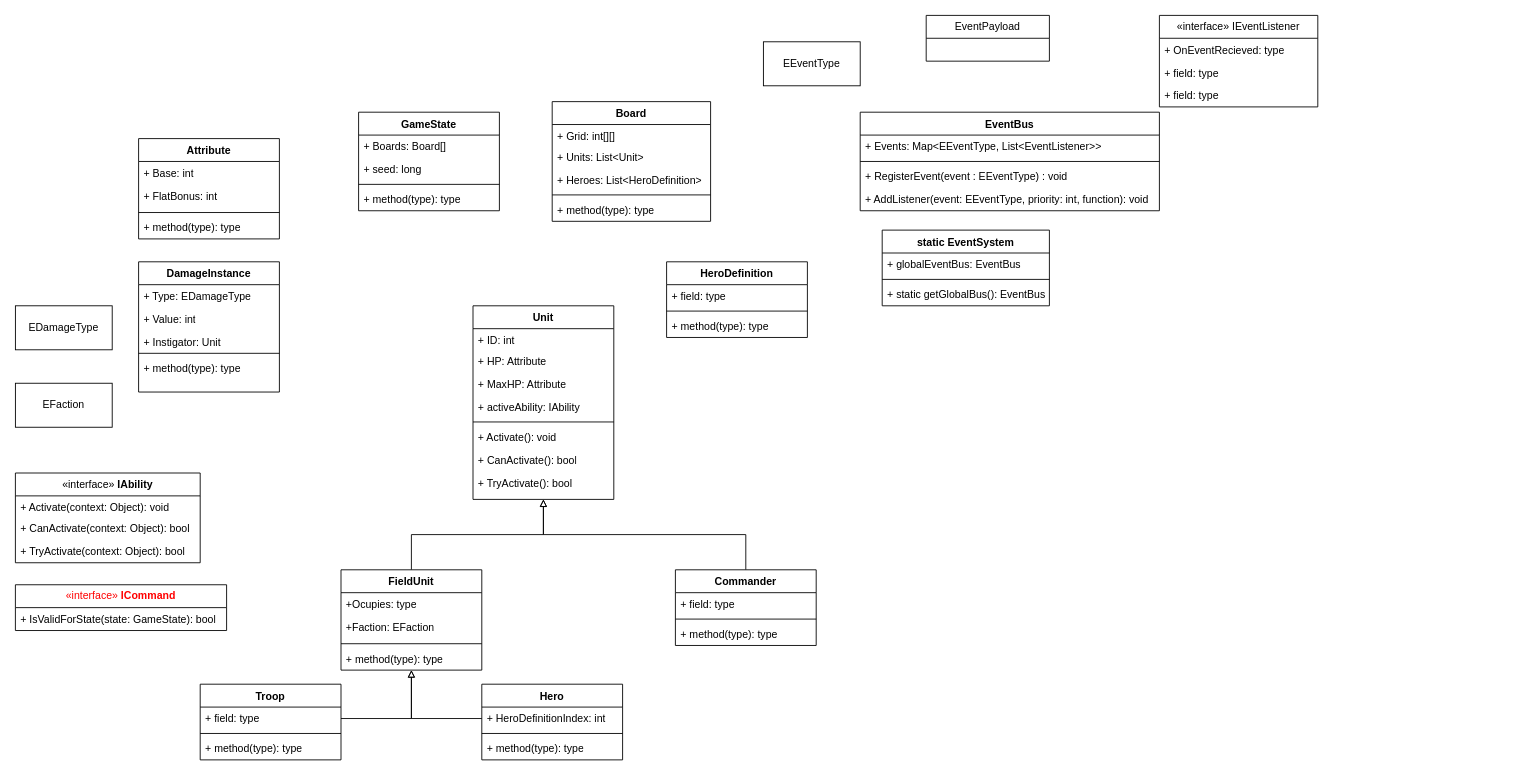
Before: Simulation/SimulationUML.drawio in PrimalConquest/Documentation, a draw.io diagram. Source tidied: cells renumbered, new cells numbered last; positions are measured from the earlier drawing's top-left corner, leaving out a move shared by most shapes. Both pictures are drawn from the tidied source at 88%, with x=0, y=0 at pixel (15, 15).
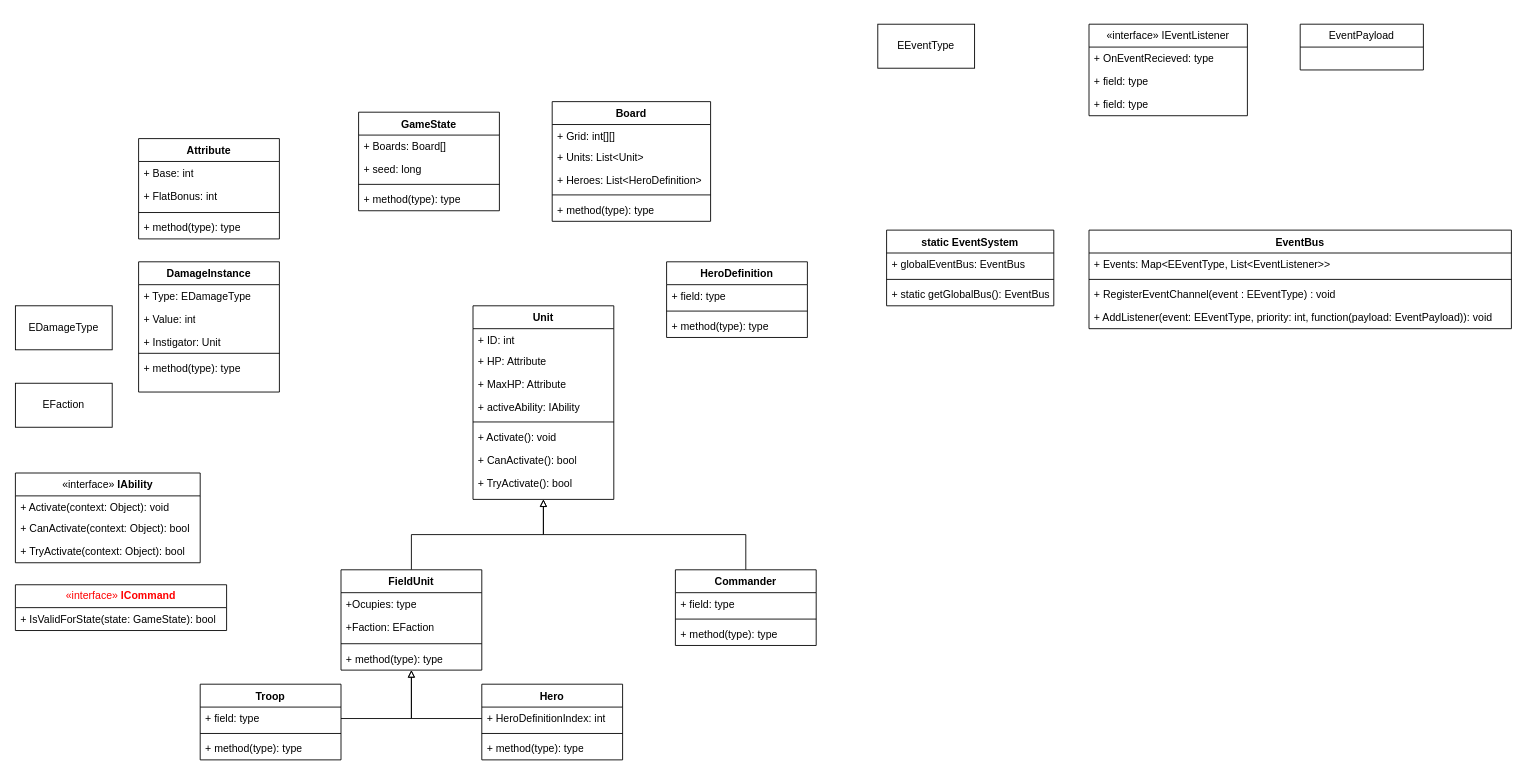
The same page after the edit.

Commit message (it also covers changes not shown here):
Base command dtos

The edit, as a diff of the source:
```diff
@@
     <mxCell id="66" value="EventBus" style="swimlane;fontStyle=1;align=center;verticalAlign=top;horizontal=1;startSize=26;whiteSpace=wrap;html=1;" parent="1" vertex="1">
-      <mxGeometry x="960" y="110" width="340" height="112" as="geometry" />
+      <mxGeometry x="1220" y="244" width="480" height="112" as="geometry" />
     </mxCell>
     <mxCell id="67" value="+ Events: Map&amp;lt;EEventType, List&amp;lt;EventListener&amp;gt;&amp;gt;" style="text;strokeColor=none;fillColor=none;align=left;verticalAlign=top;spacingLeft=4;spacingRight=4;overflow=hidden;whiteSpace=wrap;html=1;" parent="66" vertex="1">
-      <mxGeometry y="26" width="340" height="26" as="geometry" />
+      <mxGeometry y="26" width="480" height="26" as="geometry" />
     </mxCell>
     <mxCell id="68" style="line;strokeWidth=1;fillColor=none;align=left;verticalAlign=middle;spacingTop=-1;spacingLeft=3;spacingRight=3;labelPosition=right;strokeColor=inherit;" parent="66" vertex="1">
-      <mxGeometry y="52" width="340" height="8" as="geometry" />
+      <mxGeometry y="52" width="480" height="8" as="geometry" />
     </mxCell>
-    <mxCell id="69" value="+ RegisterEvent(event : EEventType) : void" style="text;strokeColor=none;fillColor=none;align=left;verticalAlign=top;spacingLeft=4;spacingRight=4;overflow=hidden;whiteSpace=wrap;html=1;" parent="66" vertex="1">
-      <mxGeometry y="60" width="340" height="26" as="geometry" />
+    <mxCell id="69" value="+ RegisterEventChannel(event : EEventType) : void" style="text;strokeColor=none;fillColor=none;align=left;verticalAlign=top;spacingLeft=4;spacingRight=4;overflow=hidden;whiteSpace=wrap;html=1;" parent="66" vertex="1">
+      <mxGeometry y="60" width="480" height="26" as="geometry" />
     </mxCell>
-    <mxCell id="70" value="+ AddListener(event: EEventType, priority: int, function): void" style="text;strokeColor=none;fillColor=none;align=left;verticalAlign=top;spacingLeft=4;spacingRight=4;overflow=hidden;whiteSpace=wrap;html=1;" parent="66" vertex="1">
-      <mxGeometry y="86" width="340" height="26" as="geometry" />
+    <mxCell id="70" value="+ AddListener(event: EEventType, priority: int, function(payload: EventPayload)): void" style="text;strokeColor=none;fillColor=none;align=left;verticalAlign=top;spacingLeft=4;spacingRight=4;overflow=hidden;whiteSpace=wrap;html=1;" parent="66" vertex="1">
+      <mxGeometry y="86" width="480" height="26" as="geometry" />
     </mxCell>
     <mxCell id="71" value="EEventType" style="html=1;whiteSpace=wrap;" parent="1" vertex="1">
-      <mxGeometry x="850" y="30" width="110" height="50" as="geometry" />
+      <mxGeometry x="980" y="10" width="110" height="50" as="geometry" />
     </mxCell>
     <mxCell id="72" value="EventPayload" style="swimlane;fontStyle=0;horizontal=1;startSize=26;fillColor=none;whiteSpace=wrap;html=1;" parent="1" vertex="1">
-      <mxGeometry x="1035" width="140" height="52" as="geometry" />
+      <mxGeometry x="1460" y="10" width="140" height="52" as="geometry" />
     </mxCell>
     <mxCell id="73" value="«interface» IEventListener" style="swimlane;fontStyle=0;horizontal=1;startSize=26;fillColor=none;whiteSpace=wrap;html=1;" parent="1" vertex="1">
-      <mxGeometry x="1300" width="180" height="104" as="geometry" />
+      <mxGeometry x="1220" y="10" width="180" height="104" as="geometry" />
     </mxCell>
@@
     <mxCell id="77" value="static EventSystem" style="swimlane;fontStyle=1;align=center;verticalAlign=top;horizontal=1;startSize=26;whiteSpace=wrap;html=1;" parent="1" vertex="1">
-      <mxGeometry x="985" y="244" width="190" height="86" as="geometry" />
+      <mxGeometry x="990" y="244" width="190" height="86" as="geometry" />
     </mxCell>
```
